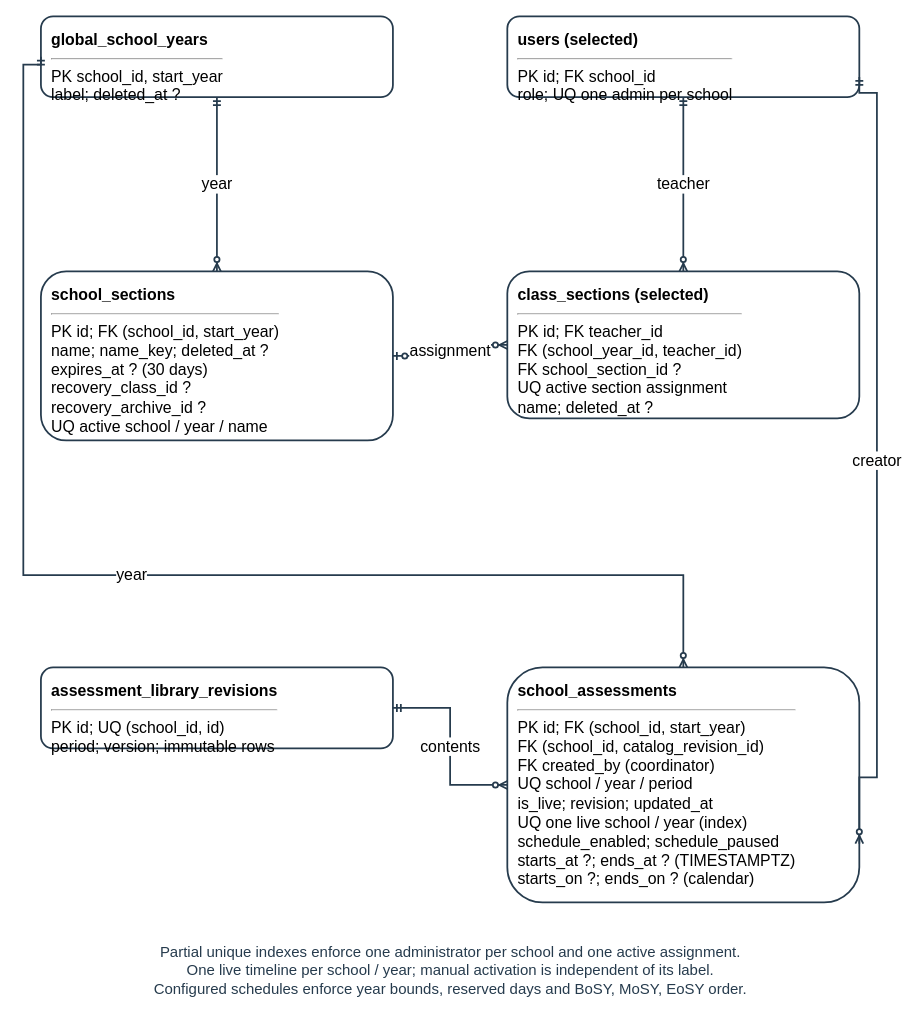
AkuSayangKamuJudaSayang/crl-app keeps this draw.io diagram as docs/diagrams/class-workspaces/figure-26c-school-flow-erd.drawio. Above is the earlier version. Source tidied: cells renumbered, new cells numbered last; positions are measured from the earlier drawing's top-left corner, leaving out a move shared by most shapes. Both pictures are drawn from the tidied source at 88%, with x=0, y=0 at pixel (23, 16).
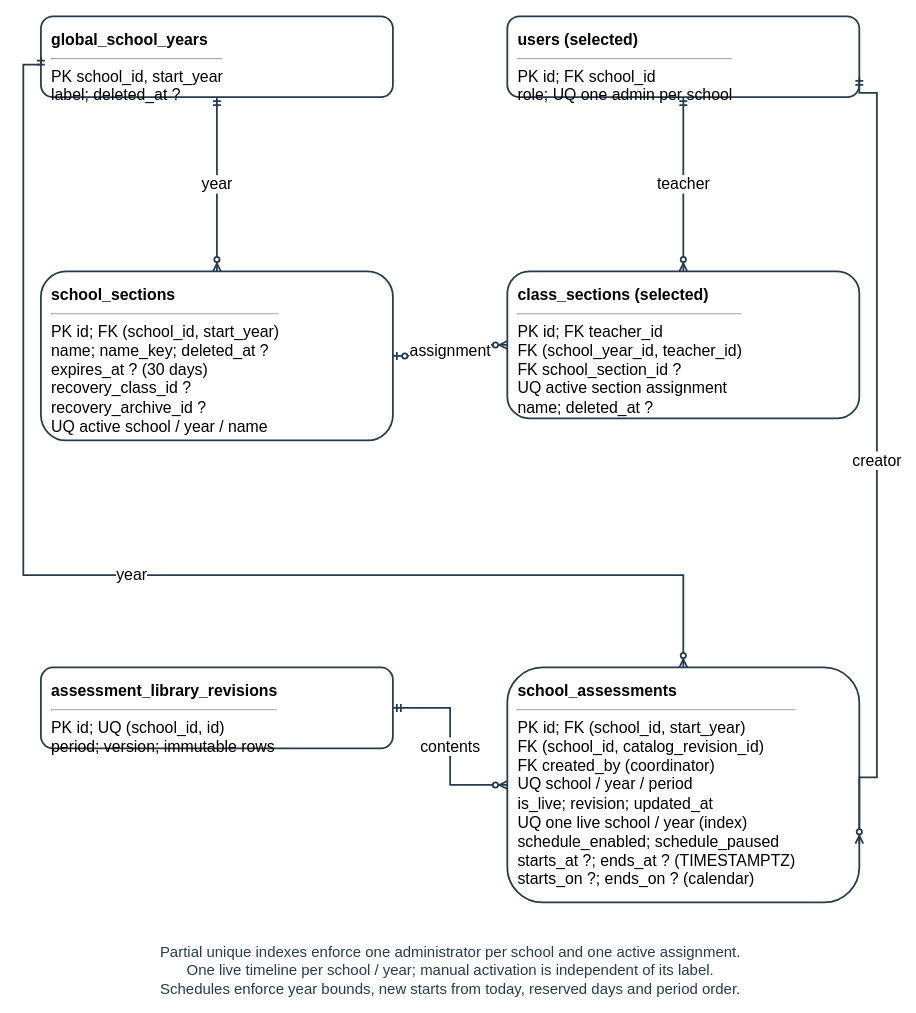
Above is the later version.

Diff of the diagram source:
```diff
@@
 <mxGraphModel>
   <root>
     <mxCell id="0" />
     <mxCell id="1" parent="0" />
-    <mxCell id="2" value="Partial unique indexes enforce one administrator per school and one active assignment.&lt;br&gt;One live timeline per school / year; manual activation is independent of its label.&lt;br&gt;Configured schedules enforce year bounds, reserved days and BoSY, MoSY, EoSY order." style="text;html=1;align=center;verticalAlign=top;fontSize=17;fontColor=#263b4d;fontStyle=0;strokeColor=none;fillColor=none;" parent="1" vertex="1">
+    <mxCell id="2" value="Partial unique indexes enforce one administrator per school and one active assignment.&lt;br&gt;One live timeline per school / year; manual activation is independent of its label.&lt;br&gt;Schedules enforce year bounds, new starts from today, reserved days and period order." style="text;html=1;align=center;verticalAlign=top;fontSize=17;fontColor=#263b4d;fontStyle=0;strokeColor=none;fillColor=none;" parent="1" vertex="1">
       <mxGeometry x="185" y="1048" width="600" height="61.2" as="geometry" />
     </mxCell>
     <mxCell id="3" value="&lt;b&gt;global_school_years&lt;/b&gt;&lt;br&gt;&lt;hr&gt;PK school_id, start_year&lt;br&gt;label; deleted_at ?" style="rounded=1;html=1;whiteSpace=wrap;fillColor=#ffffff;strokeColor=#263b4d;strokeWidth=2;align=left;verticalAlign=top;spacing=12;fontSize=18;" parent="1" vertex="1">
       <mxGeometry x="20" width="400" height="92" as="geometry" />
     </mxCell>
     <mxCell id="4" value="&lt;b&gt;users (selected)&lt;/b&gt;&lt;br&gt;&lt;hr&gt;PK id; FK school_id&lt;br&gt;role; UQ one admin per school" style="rounded=1;html=1;whiteSpace=wrap;fillColor=#ffffff;strokeColor=#263b4d;strokeWidth=2;align=left;verticalAlign=top;spacing=12;fontSize=18;" parent="1" vertex="1">
       <mxGeometry x="550" width="400" height="92" as="geometry" />
     </mxCell>
     <mxCell id="5" value="&lt;b&gt;school_sections&lt;/b&gt;&lt;br&gt;&lt;hr&gt;PK id; FK (school_id, start_year)&lt;br&gt;name; name_key; deleted_at ?&lt;br&gt;expires_at ? (30 days)&lt;br&gt;recovery_class_id ?&lt;br&gt;recovery_archive_id ?&lt;br&gt;UQ active school / year / name" style="rounded=1;html=1;whiteSpace=wrap;fillColor=#ffffff;strokeColor=#263b4d;strokeWidth=2;align=left;verticalAlign=top;spacing=12;fontSize=18;" parent="1" vertex="1">
       <mxGeometry x="20" y="290" width="400" height="192" as="geometry" />
     </mxCell>
     <mxCell id="6" value="&lt;b&gt;class_sections (selected)&lt;/b&gt;&lt;br&gt;&lt;hr&gt;PK id; FK teacher_id&lt;br&gt;FK (school_year_id, teacher_id)&lt;br&gt;FK school_section_id ?&lt;br&gt;UQ active section assignment&lt;br&gt;name; deleted_at ?" style="rounded=1;html=1;whiteSpace=wrap;fillColor=#ffffff;strokeColor=#263b4d;strokeWidth=2;align=left;verticalAlign=top;spacing=12;fontSize=18;" parent="1" vertex="1">
       <mxGeometry x="550" y="290" width="400" height="167" as="geometry" />
     </mxCell>
     <mxCell id="7" value="&lt;b&gt;assessment_library_revisions&lt;/b&gt;&lt;br&gt;&lt;hr&gt;PK id; UQ (school_id, id)&lt;br&gt;period; version; immutable rows" style="rounded=1;html=1;whiteSpace=wrap;fillColor=#ffffff;strokeColor=#263b4d;strokeWidth=2;align=left;verticalAlign=top;spacing=12;fontSize=18;" parent="1" vertex="1">
       <mxGeometry x="20" y="740" width="400" height="92" as="geometry" />
     </mxCell>
     <mxCell id="8" value="&lt;b&gt;school_assessments&lt;/b&gt;&lt;br&gt;&lt;hr&gt;PK id; FK (school_id, start_year)&lt;br&gt;FK (school_id, catalog_revision_id)&lt;br&gt;FK created_by (coordinator)&lt;br&gt;UQ school / year / period&lt;br&gt;is_live; revision; updated_at&lt;br&gt;UQ one live school / year (index)&lt;br&gt;schedule_enabled; schedule_paused&lt;br&gt;starts_at ?; ends_at ? (TIMESTAMPTZ)&lt;br&gt;starts_on ?; ends_on ? (calendar)" style="rounded=1;html=1;whiteSpace=wrap;fillColor=#ffffff;strokeColor=#263b4d;strokeWidth=2;align=left;verticalAlign=top;spacing=12;fontSize=18;" parent="1" vertex="1">
       <mxGeometry x="550" y="740" width="400" height="267" as="geometry" />
     </mxCell>
     <mxCell id="9" value="year" style="edgeStyle=orthogonalEdgeStyle;rounded=0;html=1;endArrow=none;strokeColor=#263b4d;strokeWidth=2;exitX=0.5;exitY=1;entryX=0.5;entryY=0;fontSize=18;labelBackgroundColor=#ffffff;startArrow=ERmandOne;endArrow=ERzeroToMany;" parent="1" edge="1" source="3" target="5">
       <mxGeometry relative="1" as="geometry" />
     </mxCell>
     <mxCell id="10" value="teacher" style="edgeStyle=orthogonalEdgeStyle;rounded=0;html=1;endArrow=none;strokeColor=#263b4d;strokeWidth=2;exitX=0.5;exitY=1;entryX=0.5;entryY=0;fontSize=18;labelBackgroundColor=#ffffff;startArrow=ERmandOne;endArrow=ERzeroToMany;" parent="1" edge="1" source="4" target="6">
       <mxGeometry relative="1" as="geometry" />
     </mxCell>
     <mxCell id="11" value="assignment" style="edgeStyle=orthogonalEdgeStyle;rounded=0;html=1;endArrow=none;strokeColor=#263b4d;strokeWidth=2;exitX=1;exitY=0.5;entryX=0;entryY=0.5;fontSize=18;labelBackgroundColor=#ffffff;startArrow=ERzeroToOne;endArrow=ERzeroToMany;" parent="1" edge="1" source="5" target="6">
       <mxGeometry relative="1" as="geometry" />
     </mxCell>
     <mxCell id="12" value="contents" style="edgeStyle=orthogonalEdgeStyle;rounded=0;html=1;endArrow=none;strokeColor=#263b4d;strokeWidth=2;exitX=1;exitY=0.5;entryX=0;entryY=0.5;fontSize=18;labelBackgroundColor=#ffffff;startArrow=ERmandOne;endArrow=ERzeroToMany;" parent="1" edge="1" source="7" target="8">
       <mxGeometry relative="1" as="geometry" />
     </mxCell>
     <mxCell id="13" value="year" style="edgeStyle=orthogonalEdgeStyle;rounded=0;html=1;endArrow=none;strokeColor=#263b4d;strokeWidth=2;exitX=0;exitY=0.5;entryX=0.5;entryY=0;fontSize=18;labelBackgroundColor=#ffffff;startArrow=ERmandOne;endArrow=ERzeroToMany;" parent="1" edge="1" source="3" target="8">
       <mxGeometry relative="1" as="geometry">
         <Array as="points">
           <mxPoint y="55" />
           <mxPoint y="635" />
           <mxPoint x="750" y="635" />
         </Array>
       </mxGeometry>
     </mxCell>
     <mxCell id="14" value="creator" style="edgeStyle=orthogonalEdgeStyle;rounded=0;html=1;endArrow=none;strokeColor=#263b4d;strokeWidth=2;exitX=1;exitY=0.75;entryX=1;entryY=0.75;fontSize=18;labelBackgroundColor=#ffffff;startArrow=ERmandOne;endArrow=ERzeroToMany;" parent="1" edge="1" source="4" target="8">
       <mxGeometry relative="1" as="geometry">
         <Array as="points">
           <mxPoint x="970" y="87" />
           <mxPoint x="970" y="865" />
         </Array>
       </mxGeometry>
     </mxCell>
   </root>
 </mxGraphModel>
```
